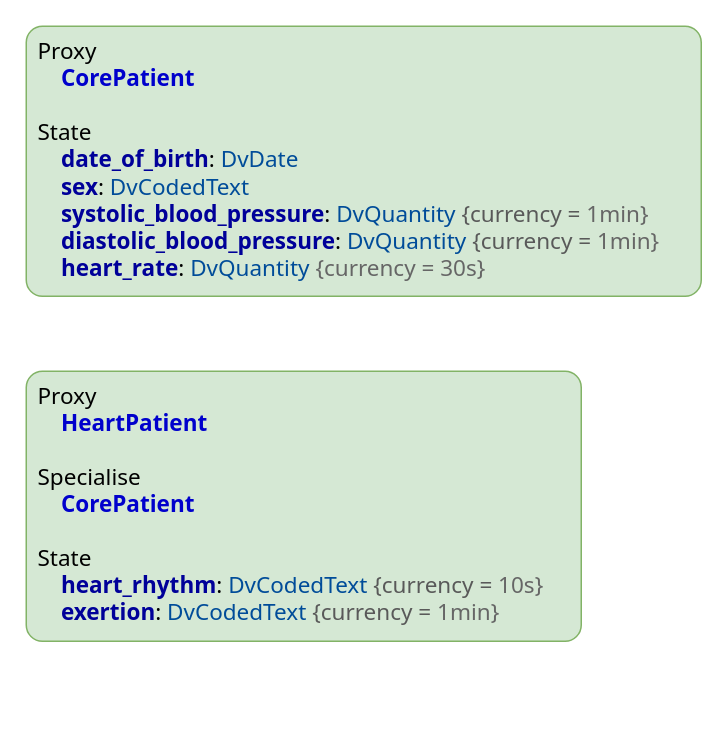
Above: docs/decision_language/diagrams/conceptual_proxy.drawio in openEHR/specifications-PROC (draw.io), before the change. Source tidied: cells renumbered, new cells numbered last; positions are measured from the earlier drawing's top-left corner, leaving out a move shared by most shapes. Both pictures are drawn from the tidied source at 150%, with x=0, y=0 at pixel (26, 26).
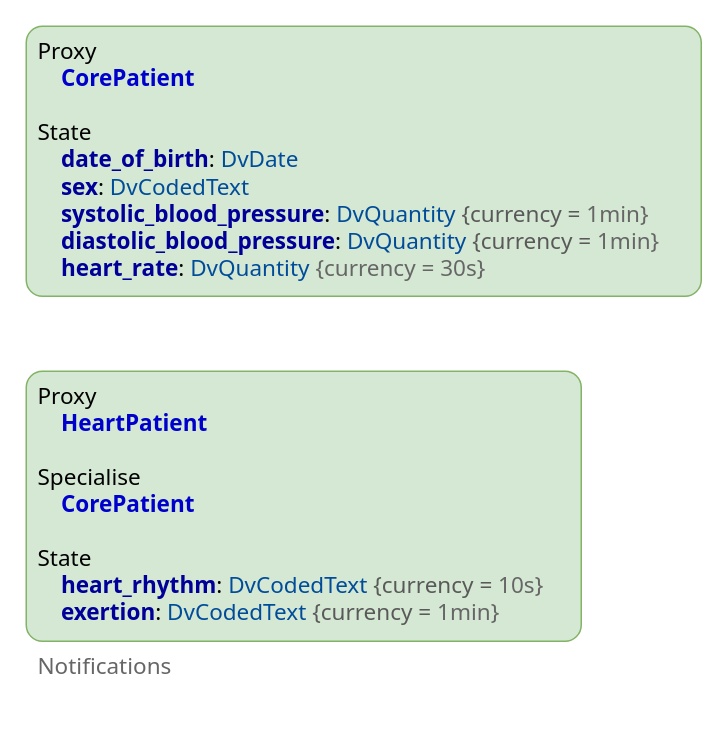
After the change.

What changed in the source:
```diff
@@
 <mxGraphModel>
   <root>
     <mxCell id="0" />
     <mxCell id="1" parent="0" />
-    <mxCell id="2" value="&lt;div style=&quot;font-size: 15px&quot;&gt;&lt;font style=&quot;font-size: 15px&quot;&gt;&lt;span&gt;Proxy&lt;/span&gt;&lt;/font&gt;&lt;/div&gt;&lt;div style=&quot;font-size: 15px&quot;&gt;&lt;font style=&quot;font-size: 15px&quot;&gt;&lt;span&gt;&amp;nbsp; &amp;nbsp;&amp;nbsp;&lt;/span&gt;&lt;font style=&quot;font-size: 15px&quot;&gt;&lt;b&gt;&lt;font color=&quot;#0000cc&quot;&gt;HeartPatient&lt;/font&gt;&lt;/b&gt;&lt;font color=&quot;#004c99&quot;&gt;&amp;nbsp;&lt;/font&gt;&lt;/font&gt;&lt;/font&gt;&lt;/div&gt;&lt;div style=&quot;font-size: 15px&quot;&gt;&lt;font style=&quot;font-size: 15px&quot;&gt;&lt;font style=&quot;font-size: 15px&quot;&gt;&lt;font color=&quot;#004c99&quot;&gt;&lt;br&gt;&lt;/font&gt;&lt;/font&gt;&lt;/font&gt;&lt;/div&gt;&lt;div style=&quot;font-size: 15px&quot;&gt;Specialise&lt;/div&gt;&lt;div style=&quot;font-size: 15px&quot;&gt;&lt;font style=&quot;font-size: 15px&quot;&gt;&lt;font style=&quot;font-size: 15px&quot;&gt;&lt;font color=&quot;#004c99&quot;&gt;&amp;nbsp; &amp;nbsp;&amp;nbsp;&lt;/font&gt;&lt;b&gt;&lt;font color=&quot;#0000cc&quot;&gt;CorePatient&lt;/font&gt;&lt;/b&gt;&lt;/font&gt;&lt;/font&gt;&lt;/div&gt;&lt;div style=&quot;font-size: 15px&quot;&gt;&lt;br&gt;&lt;/div&gt;&lt;div style=&quot;font-size: 15px&quot;&gt;State&lt;/div&gt;&lt;font style=&quot;font-size: 15px&quot;&gt;&lt;b style=&quot;white-space: nowrap&quot;&gt;&lt;div&gt;&lt;b&gt;&lt;font color=&quot;#990000&quot; style=&quot;font-size: 15px&quot;&gt;&amp;nbsp; &amp;nbsp; &lt;/font&gt;&lt;font style=&quot;font-size: 15px&quot; color=&quot;#000099&quot;&gt;heart_rhythm&lt;/font&gt;&lt;/b&gt;&lt;span style=&quot;font-weight: normal&quot;&gt;:&amp;nbsp;&lt;/span&gt;&lt;font color=&quot;#004c99&quot; style=&quot;font-weight: normal ; font-size: 15px&quot;&gt;DvCodedText&lt;/font&gt;&lt;span style=&quot;font-weight: normal&quot;&gt;&amp;nbsp;&lt;/span&gt;&lt;font color=&quot;#595959&quot; style=&quot;font-weight: normal ; font-size: 15px&quot;&gt;{currency =&amp;nbsp;&lt;/font&gt;&lt;font color=&quot;#666666&quot; style=&quot;font-weight: normal ; font-size: 15px&quot;&gt;10s}&lt;/font&gt;&lt;/div&gt;&lt;div&gt;&lt;b&gt;&lt;div&gt;&lt;b&gt;&lt;font color=&quot;#990000&quot;&gt;&amp;nbsp; &amp;nbsp; &lt;/font&gt;&lt;font color=&quot;#000099&quot;&gt;exertion&lt;/font&gt;&lt;/b&gt;&lt;span style=&quot;font-weight: normal&quot;&gt;:&amp;nbsp;&lt;/span&gt;&lt;font color=&quot;#004c99&quot; style=&quot;font-weight: normal&quot;&gt;DvCodedText&lt;/font&gt;&lt;span style=&quot;font-weight: normal&quot;&gt;&amp;nbsp;&lt;/span&gt;&lt;font color=&quot;#595959&quot; style=&quot;font-weight: normal&quot;&gt;{currency =&amp;nbsp;&lt;/font&gt;&lt;font color=&quot;#666666&quot; style=&quot;font-weight: normal&quot;&gt;1min}&lt;/font&gt;&lt;/div&gt;&lt;/b&gt;&lt;/div&gt;&lt;/b&gt;&lt;/font&gt;" style="rounded=1;whiteSpace=wrap;html=1;fontSize=16;arcSize=6;verticalAlign=top;fillColor=#d5e8d4;strokeColor=#82b366;fontFamily=Tahoma;align=left;spacingLeft=6;" parent="1" vertex="1">
+    <mxCell id="2" value="&lt;div style=&quot;font-size: 15px&quot;&gt;&lt;font style=&quot;font-size: 15px&quot;&gt;&lt;span&gt;Proxy&lt;/span&gt;&lt;/font&gt;&lt;/div&gt;&lt;div style=&quot;font-size: 15px&quot;&gt;&lt;font style=&quot;font-size: 15px&quot;&gt;&lt;span&gt;&amp;nbsp; &amp;nbsp;&amp;nbsp;&lt;/span&gt;&lt;font style=&quot;font-size: 15px&quot;&gt;&lt;b&gt;&lt;font color=&quot;#0000cc&quot;&gt;HeartPatient&lt;/font&gt;&lt;/b&gt;&lt;font color=&quot;#004c99&quot;&gt;&amp;nbsp;&lt;/font&gt;&lt;/font&gt;&lt;/font&gt;&lt;/div&gt;&lt;div style=&quot;font-size: 15px&quot;&gt;&lt;font style=&quot;font-size: 15px&quot;&gt;&lt;font style=&quot;font-size: 15px&quot;&gt;&lt;font color=&quot;#004c99&quot;&gt;&lt;br&gt;&lt;/font&gt;&lt;/font&gt;&lt;/font&gt;&lt;/div&gt;&lt;div style=&quot;font-size: 15px&quot;&gt;Specialise&lt;/div&gt;&lt;div style=&quot;font-size: 15px&quot;&gt;&lt;font style=&quot;font-size: 15px&quot;&gt;&lt;font style=&quot;font-size: 15px&quot;&gt;&lt;font color=&quot;#004c99&quot;&gt;&amp;nbsp; &amp;nbsp;&amp;nbsp;&lt;/font&gt;&lt;b&gt;&lt;font color=&quot;#0000cc&quot;&gt;CorePatient&lt;/font&gt;&lt;/b&gt;&lt;/font&gt;&lt;/font&gt;&lt;/div&gt;&lt;div style=&quot;font-size: 15px&quot;&gt;&lt;br&gt;&lt;/div&gt;&lt;div style=&quot;font-size: 15px&quot;&gt;State&lt;/div&gt;&lt;font style=&quot;font-size: 15px&quot;&gt;&lt;b style=&quot;white-space: nowrap&quot;&gt;&lt;div&gt;&lt;b&gt;&lt;font color=&quot;#990000&quot; style=&quot;font-size: 15px&quot;&gt;&amp;nbsp; &amp;nbsp; &lt;/font&gt;&lt;font style=&quot;font-size: 15px&quot; color=&quot;#000099&quot;&gt;heart_rhythm&lt;/font&gt;&lt;/b&gt;&lt;span style=&quot;font-weight: normal&quot;&gt;:&amp;nbsp;&lt;/span&gt;&lt;font color=&quot;#004c99&quot; style=&quot;font-weight: normal ; font-size: 15px&quot;&gt;DvCodedText&lt;/font&gt;&lt;span style=&quot;font-weight: normal&quot;&gt;&amp;nbsp;&lt;/span&gt;&lt;font color=&quot;#595959&quot; style=&quot;font-weight: normal ; font-size: 15px&quot;&gt;{currency =&amp;nbsp;&lt;/font&gt;&lt;font color=&quot;#666666&quot; style=&quot;font-weight: normal ; font-size: 15px&quot;&gt;10s}&lt;/font&gt;&lt;/div&gt;&lt;div&gt;&lt;b&gt;&lt;div&gt;&lt;b&gt;&lt;font color=&quot;#990000&quot;&gt;&amp;nbsp; &amp;nbsp; &lt;/font&gt;&lt;font color=&quot;#000099&quot;&gt;exertion&lt;/font&gt;&lt;/b&gt;&lt;span style=&quot;font-weight: normal&quot;&gt;:&amp;nbsp;&lt;/span&gt;&lt;font color=&quot;#004c99&quot; style=&quot;font-weight: normal&quot;&gt;DvCodedText&lt;/font&gt;&lt;span style=&quot;font-weight: normal&quot;&gt;&amp;nbsp;&lt;/span&gt;&lt;font color=&quot;#595959&quot; style=&quot;font-weight: normal&quot;&gt;{currency =&amp;nbsp;&lt;/font&gt;&lt;font color=&quot;#666666&quot; style=&quot;font-weight: normal&quot;&gt;1min}&lt;/font&gt;&lt;/div&gt;&lt;div&gt;&lt;font color=&quot;#666666&quot; style=&quot;font-weight: normal&quot;&gt;&lt;br&gt;&lt;/font&gt;&lt;/div&gt;&lt;div&gt;&lt;font color=&quot;#666666&quot; style=&quot;font-weight: normal&quot;&gt;Notifications&lt;/font&gt;&lt;/div&gt;&lt;div&gt;&lt;font color=&quot;#666666&quot; style=&quot;font-weight: normal&quot;&gt;&lt;br&gt;&lt;/font&gt;&lt;/div&gt;&lt;/b&gt;&lt;/div&gt;&lt;/b&gt;&lt;/font&gt;" style="rounded=1;whiteSpace=wrap;html=1;fontSize=16;arcSize=6;verticalAlign=top;fillColor=#d5e8d4;strokeColor=#82b366;fontFamily=Tahoma;align=left;spacingLeft=6;" parent="1" vertex="1">
       <mxGeometry y="230" width="370" height="180" as="geometry" />
     </mxCell>
     <mxCell id="3" value="&lt;font style=&quot;font-size: 14px&quot;&gt;&lt;br&gt;&lt;/font&gt;" style="text;html=1;align=left;verticalAlign=middle;fontSize=12;fontFamily=Tahoma;" parent="1" vertex="1">
       <mxGeometry x="360" y="335.5" width="20" height="20" as="geometry" />
     </mxCell>
     <mxCell id="4" value="&lt;div style=&quot;font-size: 15px&quot;&gt;&lt;font style=&quot;font-size: 15px&quot;&gt;&lt;span&gt;Proxy&lt;/span&gt;&lt;/font&gt;&lt;/div&gt;&lt;div style=&quot;font-size: 15px&quot;&gt;&lt;font style=&quot;font-size: 15px&quot;&gt;&lt;font style=&quot;font-size: 15px&quot;&gt;&amp;nbsp; &amp;nbsp;&amp;nbsp;&lt;b&gt;&lt;font color=&quot;#0000cc&quot;&gt;CorePatient&lt;/font&gt;&lt;/b&gt;&lt;/font&gt;&lt;/font&gt;&lt;/div&gt;&lt;div style=&quot;font-size: 15px&quot;&gt;&lt;font style=&quot;font-size: 15px&quot;&gt;&lt;font style=&quot;font-size: 15px&quot;&gt;&lt;b style=&quot;color: rgb(153 , 0 , 77)&quot;&gt;&lt;br&gt;&lt;/b&gt;&lt;/font&gt;&lt;/font&gt;&lt;/div&gt;&lt;div style=&quot;font-size: 15px&quot;&gt;State&lt;/div&gt;&lt;font style=&quot;font-size: 15px&quot;&gt;&lt;b style=&quot;white-space: nowrap&quot;&gt;&lt;font color=&quot;#990000&quot;&gt;&amp;nbsp; &amp;nbsp; &lt;/font&gt;&lt;font color=&quot;#000099&quot;&gt;date_of_birth&lt;/font&gt;&lt;/b&gt;&lt;span style=&quot;white-space: nowrap&quot;&gt;:&amp;nbsp;&lt;/span&gt;&lt;font color=&quot;#004c99&quot; style=&quot;white-space: nowrap&quot;&gt;DvDate&lt;/font&gt;&lt;b style=&quot;white-space: nowrap&quot;&gt;&lt;div&gt;&lt;b&gt;&lt;font color=&quot;#990000&quot;&gt;&amp;nbsp; &amp;nbsp; &lt;/font&gt;&lt;font color=&quot;#000099&quot;&gt;sex&lt;/font&gt;&lt;/b&gt;&lt;span style=&quot;font-weight: 400&quot;&gt;:&amp;nbsp;&lt;/span&gt;&lt;font color=&quot;#004c99&quot; style=&quot;font-weight: 400&quot;&gt;DvCodedText&lt;/font&gt;&lt;/div&gt;&lt;div&gt;&lt;b&gt;&lt;font color=&quot;#990000&quot; style=&quot;font-size: 15px&quot;&gt;&amp;nbsp; &amp;nbsp; &lt;/font&gt;&lt;font style=&quot;font-size: 15px&quot; color=&quot;#000099&quot;&gt;systolic_blood_pressure&lt;/font&gt;&lt;/b&gt;&lt;span style=&quot;font-weight: normal&quot;&gt;:&amp;nbsp;&lt;/span&gt;&lt;font color=&quot;#004c99&quot; style=&quot;font-weight: normal ; font-size: 15px&quot;&gt;DvQuantity&lt;/font&gt;&lt;span style=&quot;font-weight: normal&quot;&gt;&amp;nbsp;&lt;/span&gt;&lt;font color=&quot;#595959&quot; style=&quot;font-weight: normal ; font-size: 15px&quot;&gt;{currency =&amp;nbsp;&lt;/font&gt;&lt;font color=&quot;#666666&quot; style=&quot;font-weight: normal ; font-size: 15px&quot;&gt;1min}&lt;/font&gt;&lt;/div&gt;&lt;div&gt;&lt;b&gt;&lt;font color=&quot;#990000&quot;&gt;&amp;nbsp; &amp;nbsp; &lt;/font&gt;&lt;font color=&quot;#000099&quot;&gt;diastolic_blood_pressure&lt;/font&gt;&lt;/b&gt;&lt;span style=&quot;font-weight: normal&quot;&gt;:&amp;nbsp;&lt;/span&gt;&lt;font color=&quot;#004c99&quot; style=&quot;font-weight: normal&quot;&gt;DvQuantity&lt;/font&gt;&lt;span style=&quot;font-weight: normal&quot;&gt;&amp;nbsp;&lt;/span&gt;&lt;font color=&quot;#595959&quot; style=&quot;font-weight: normal&quot;&gt;{currency =&amp;nbsp;&lt;/font&gt;&lt;font color=&quot;#666666&quot; style=&quot;font-weight: normal&quot;&gt;1min}&lt;/font&gt;&lt;span style=&quot;font-weight: normal&quot;&gt;&lt;br&gt;&lt;/span&gt;&lt;/div&gt;&lt;/b&gt;&lt;font style=&quot;white-space: nowrap ; font-size: 15px&quot;&gt;&lt;div&gt;&lt;font style=&quot;font-size: 15px&quot;&gt;&lt;b&gt;&lt;font color=&quot;#990000&quot;&gt;&amp;nbsp; &amp;nbsp; &lt;/font&gt;&lt;font color=&quot;#000099&quot;&gt;heart_rate&lt;/font&gt;&lt;/b&gt;&lt;/font&gt;&lt;span style=&quot;color: rgb(0 , 0 , 0)&quot;&gt;:&amp;nbsp;&lt;/span&gt;&lt;font color=&quot;#004c99&quot; style=&quot;font-size: 15px&quot;&gt;DvQuantity&lt;/font&gt;&lt;span style=&quot;color: rgb(0 , 0 , 0)&quot;&gt;&amp;nbsp;&lt;/span&gt;&lt;font style=&quot;font-size: 15px&quot; color=&quot;#666666&quot;&gt;{currency = 30s}&lt;/font&gt;&lt;/div&gt;&lt;/font&gt;&lt;/font&gt;" style="rounded=1;whiteSpace=wrap;html=1;fontSize=16;arcSize=6;verticalAlign=top;fillColor=#d5e8d4;strokeColor=#82b366;fontFamily=Tahoma;align=left;spacingLeft=6;" parent="1" vertex="1">
       <mxGeometry width="450" height="180" as="geometry" />
     </mxCell>
   </root>
 </mxGraphModel>
```
